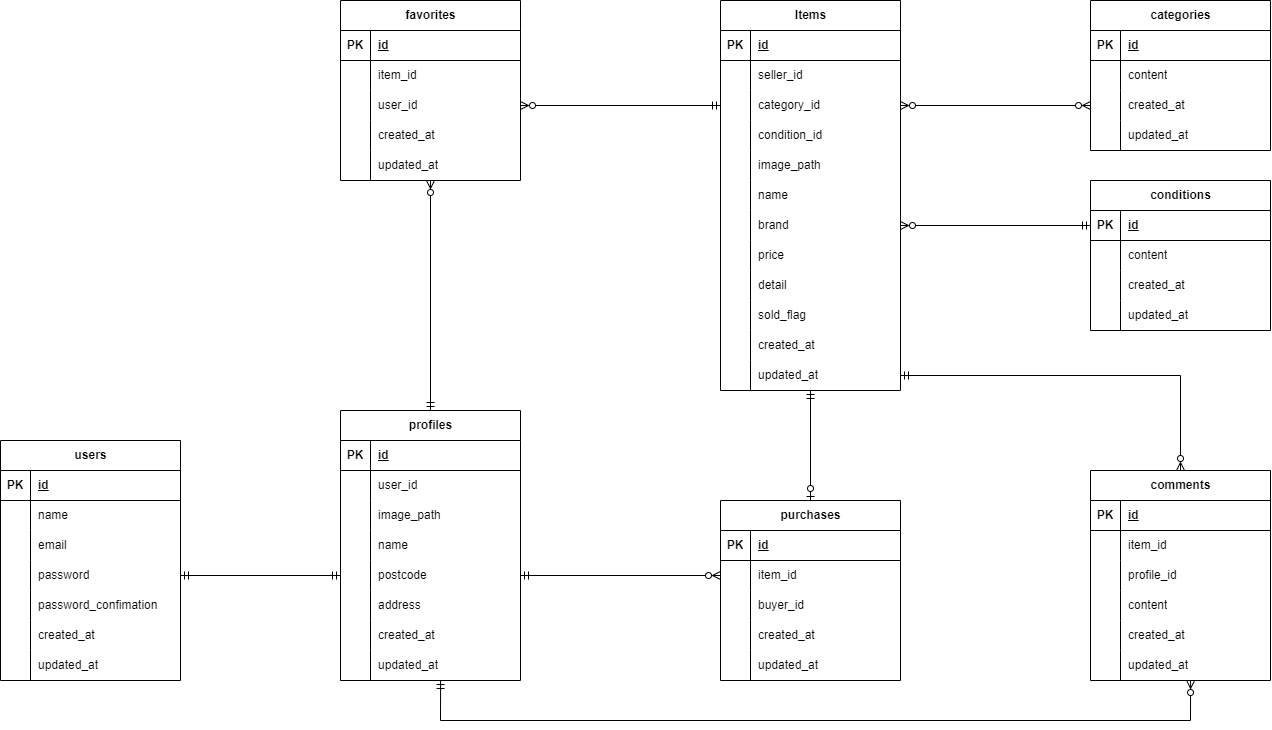
This is src/er-diagram.drawio.png from Roba-97/ObanaRyota-mockcase1-furima-app, a draw.io export, as it was before one commit. Source tidied: cells renumbered, new cells last; positions are measured from the earlier drawing's top-left corner, leaving out a move shared by most shapes.
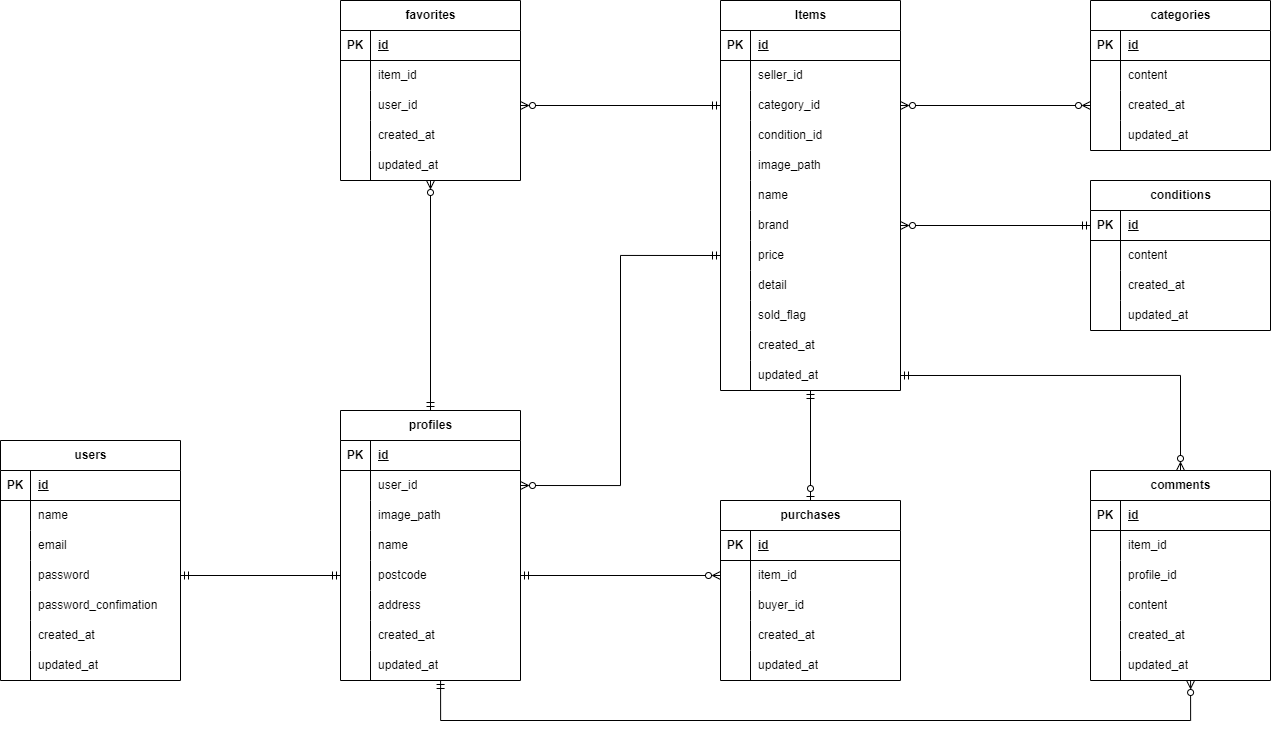
The same file after the commit.

The edit, as a diff of the source:
```diff
@@ -517,5 +517,8 @@
         </Array>
       </mxGeometry>
     </mxCell>
+    <mxCell id="172" style="edgeStyle=orthogonalEdgeStyle;html=1;exitX=0;exitY=0.5;exitDx=0;exitDy=0;entryX=1;entryY=0.5;entryDx=0;entryDy=0;rounded=0;curved=0;endArrow=ERzeroToMany;endFill=0;startArrow=ERmandOne;startFill=0;" parent="1" edge="1" source="72" target="29">
+      <mxGeometry relative="1" as="geometry" />
+    </mxCell>
   </root>
 </mxGraphModel>
```
